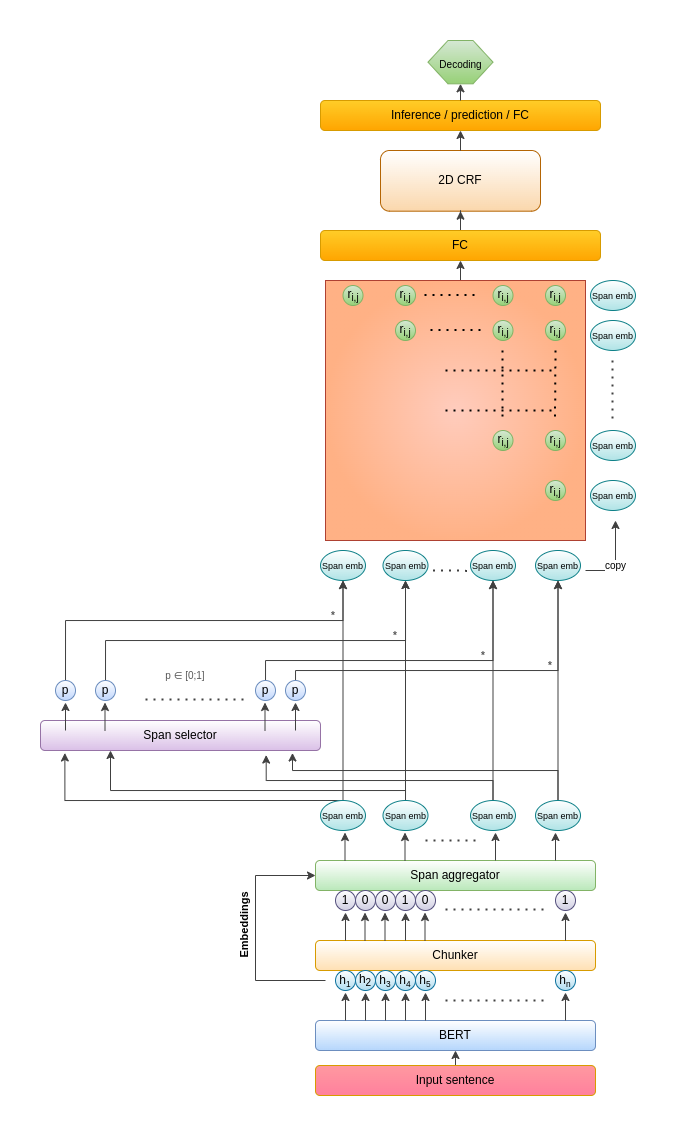
Above: assets/chunk-ASTE.png in NaIwo/Span-ASTE (draw.io), before the change. Source tidied: cells renumbered, new cells last; positions are measured from the earlier drawing's top-left corner, leaving out a move shared by most shapes.
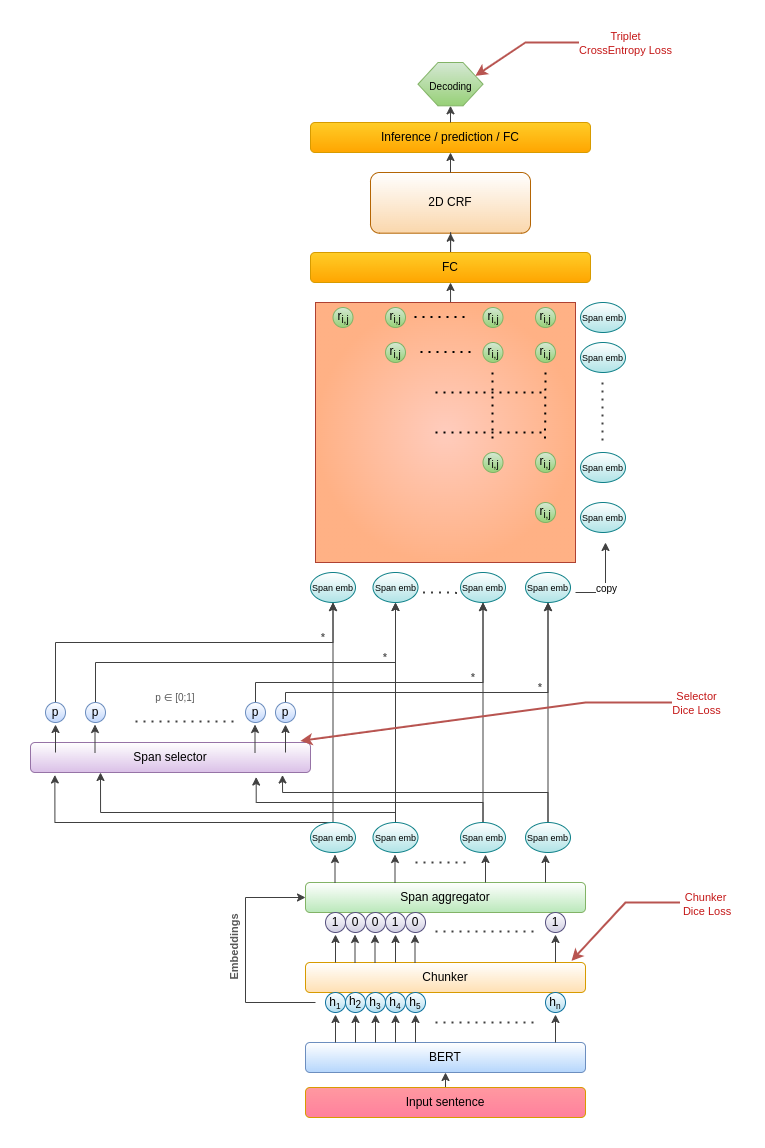
After the change.

The edit, as a diff of the source:
```diff
@@ -134,7 +134,7 @@
         </Array>
       </mxGeometry>
     </mxCell>
-    <mxCell id="31" value="&lt;font style=&quot;font-size: 11px&quot;&gt;Embeddings&lt;/font&gt;" style="text;strokeColor=none;fillColor=none;html=1;fontSize=24;fontStyle=1;verticalAlign=middle;align=center;rotation=270;" parent="1" vertex="1">
+    <mxCell id="31" value="&lt;font color=&quot;#575757&quot; style=&quot;font-size: 11px&quot;&gt;Embeddings&lt;/font&gt;" style="text;strokeColor=none;fillColor=none;html=1;fontSize=24;fontStyle=1;verticalAlign=middle;align=center;rotation=270;" parent="1" vertex="1">
       <mxGeometry x="155" y="870" width="90" height="30" as="geometry" />
     </mxCell>
     <mxCell id="32" style="endArrow=classic;html=1;rounded=0;exitX=0.1;exitY=-0.067;exitDx=0;exitDy=0;exitPerimeter=0;strokeColor=#404040;" parent="1" edge="1">
@@ -479,5 +479,44 @@
     <mxCell id="107" value="FC" style="rounded=1;whiteSpace=wrap;html=1;fillColor=#ffcd28;gradientColor=#ffa500;strokeColor=#d79b00;" parent="1" vertex="1">
       <mxGeometry x="280" y="190" width="280" height="30" as="geometry" />
     </mxCell>
+    <mxCell id="108" style="endArrow=classic;html=1;rounded=0;entryX=0.95;entryY=-0.053;entryDx=0;entryDy=0;entryPerimeter=0;fillColor=#f8cecc;strokeColor=#b85450;strokeWidth=2;fontColor=#C41616;" parent="1" edge="1" target="10">
+      <mxGeometry relative="1" as="geometry">
+        <mxPoint x="695" y="840" as="sourcePoint" />
+        <Array as="points">
+          <mxPoint x="595" y="840" />
+        </Array>
+      </mxGeometry>
+    </mxCell>
+    <mxCell id="109" value="Chunker&lt;br&gt;&amp;nbsp;Dice Loss" style="edgeLabel;html=1;align=center;verticalAlign=middle;fontColor=#C41616;" parent="108" vertex="1">
+      <mxGeometry x="-0.32" y="1" relative="1" as="geometry">
+        <mxPoint x="41" as="offset" />
+      </mxGeometry>
+    </mxCell>
+    <mxCell id="110" style="endArrow=classic;html=1;rounded=0;entryX=0.964;entryY=-0.053;entryDx=0;entryDy=0;entryPerimeter=0;fillColor=#f8cecc;strokeColor=#B85450;strokeWidth=2;fontColor=#C41616;" parent="1" edge="1" target="79">
+      <mxGeometry relative="1" as="geometry">
+        <mxPoint x="675" y="640" as="sourcePoint" />
+        <Array as="points">
+          <mxPoint x="555" y="640" />
+        </Array>
+      </mxGeometry>
+    </mxCell>
+    <mxCell id="111" value="Selector&lt;br&gt;Dice Loss" style="edgeLabel;html=1;align=center;verticalAlign=middle;fontColor=#C41616;" parent="110" vertex="1">
+      <mxGeometry x="-0.64" relative="1" as="geometry">
+        <mxPoint x="63" as="offset" />
+      </mxGeometry>
+    </mxCell>
+    <mxCell id="112" style="endArrow=classic;html=1;rounded=0;entryX=1;entryY=0.25;entryDx=0;entryDy=0;fillColor=#f8cecc;strokeColor=#b85450;strokeWidth=2;fontColor=#C41616;" parent="1" edge="1" target="77">
+      <mxGeometry relative="1" as="geometry">
+        <mxPoint x="635" y="-20" as="sourcePoint" />
+        <Array as="points">
+          <mxPoint x="495" y="-20" />
+        </Array>
+      </mxGeometry>
+    </mxCell>
+    <mxCell id="113" value="Triplet&lt;br&gt;CrossEntropy Loss" style="edgeLabel;html=1;align=center;verticalAlign=middle;fontColor=#C41616;" parent="112" vertex="1">
+      <mxGeometry x="-0.3" relative="1" as="geometry">
+        <mxPoint x="29" as="offset" />
+      </mxGeometry>
+    </mxCell>
   </root>
 </mxGraphModel>
```
